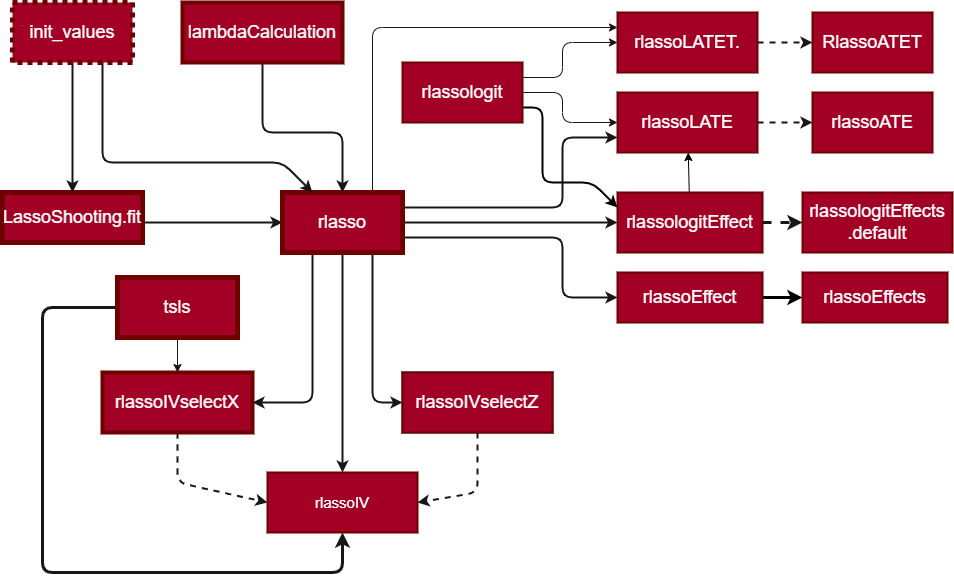
This is img/functions_hdm.png from d2cml-ai/hdmpy, a draw.io export, as it was before one commit. Source tidied: cells renumbered, new cells last; positions are measured from the earlier drawing's top-left corner, leaving out a move shared by most shapes.
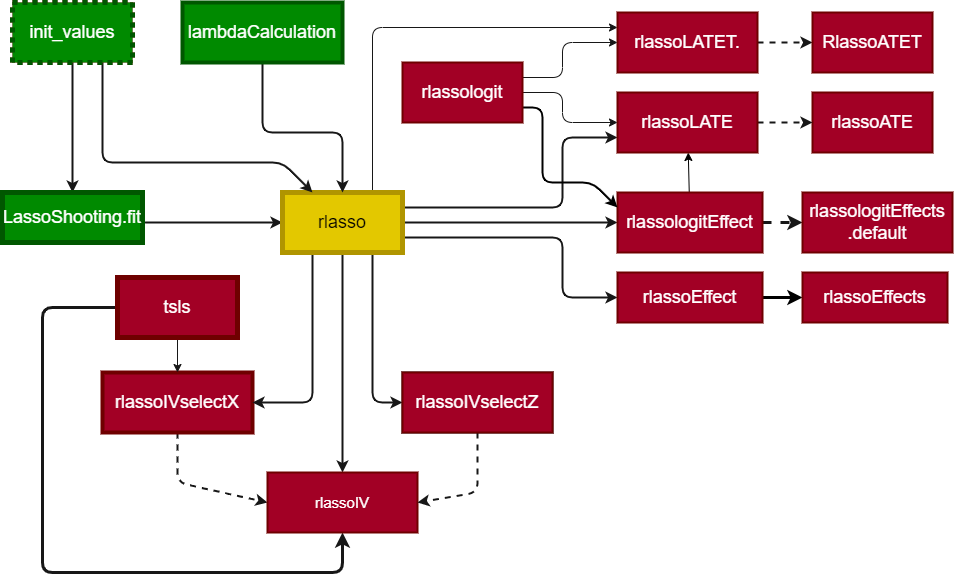
Later version of the same file.

Change to the diagram source:
```diff
@@ -78,7 +78,7 @@
         </Array>
       </mxGeometry>
     </mxCell>
-    <mxCell id="15" value="rlasso" style="whiteSpace=wrap;html=1;fontSize=18;strokeColor=#6F0000;strokeWidth=5;fillColor=#a20025;fontColor=#ffffff;" parent="1" vertex="1">
+    <mxCell id="15" value="rlasso" style="whiteSpace=wrap;html=1;fontSize=18;strokeColor=#B09500;strokeWidth=5;fillColor=#e3c800;fontColor=#000000;" parent="1" vertex="1">
       <mxGeometry x="280" y="190" width="120" height="60" as="geometry" />
     </mxCell>
     <mxCell id="16" style="edgeStyle=none;html=1;exitX=0.5;exitY=1;exitDx=0;exitDy=0;entryX=0.5;entryY=0;entryDx=0;entryDy=0;strokeWidth=2;strokeColor=#171717;fontColor=#191919;fontSize=18;" parent="1" edge="1" source="36" target="15">
@@ -155,7 +155,7 @@
     <mxCell id="35" value="tsls" style="whiteSpace=wrap;html=1;fontSize=18;fontColor=#ffffff;strokeColor=#6F0000;strokeWidth=5;fillColor=#a20025;gradientDirection=north;" parent="1" vertex="1">
       <mxGeometry x="115" y="275" width="120" height="60" as="geometry" />
     </mxCell>
-    <mxCell id="36" value="lambdaCalculation" style="whiteSpace=wrap;html=1;fontSize=18;strokeColor=#6F0000;strokeWidth=4;fillColor=#a20025;fontColor=#ffffff;" parent="1" vertex="1">
+    <mxCell id="36" value="lambdaCalculation" style="whiteSpace=wrap;html=1;fontSize=18;strokeColor=#005700;strokeWidth=4;fillColor=#008a00;fontColor=#ffffff;" parent="1" vertex="1">
       <mxGeometry x="180" width="160" height="60" as="geometry" />
     </mxCell>
     <mxCell id="37" value="init_values" style="whiteSpace=wrap;html=1;fontSize=18;dashed=1;dashPattern=1 1;strokeColor=#6F0000;strokeWidth=5;fillColor=#a20025;fontColor=#ffffff;" parent="1" vertex="1">
@@ -192,5 +192,11 @@
     <mxCell id="42" value="rlassoEffects" style="whiteSpace=wrap;html=1;fontSize=18;strokeColor=#6F0000;strokeWidth=2;fillColor=#a20025;fontColor=#ffffff;" parent="1" vertex="1">
       <mxGeometry x="800" y="270" width="145" height="50" as="geometry" />
     </mxCell>
+    <mxCell id="43" value="init_values" style="whiteSpace=wrap;html=1;fontSize=18;dashed=1;dashPattern=1 1;strokeColor=#005700;strokeWidth=5;fillColor=#008a00;fontColor=#ffffff;" parent="1" vertex="1">
+      <mxGeometry x="10" width="120" height="60" as="geometry" />
+    </mxCell>
+    <mxCell id="44" value="&lt;span class=&quot;pl-en&quot; style=&quot;font-size: 18px;&quot;&gt;LassoShooting.fit&lt;/span&gt;" style="whiteSpace=wrap;html=1;fontSize=18;strokeColor=#005700;fillColor=#008a00;strokeWidth=5;fontColor=#ffffff;" parent="1" vertex="1">
+      <mxGeometry y="190" width="140" height="50" as="geometry" />
+    </mxCell>
   </root>
 </mxGraphModel>
```
